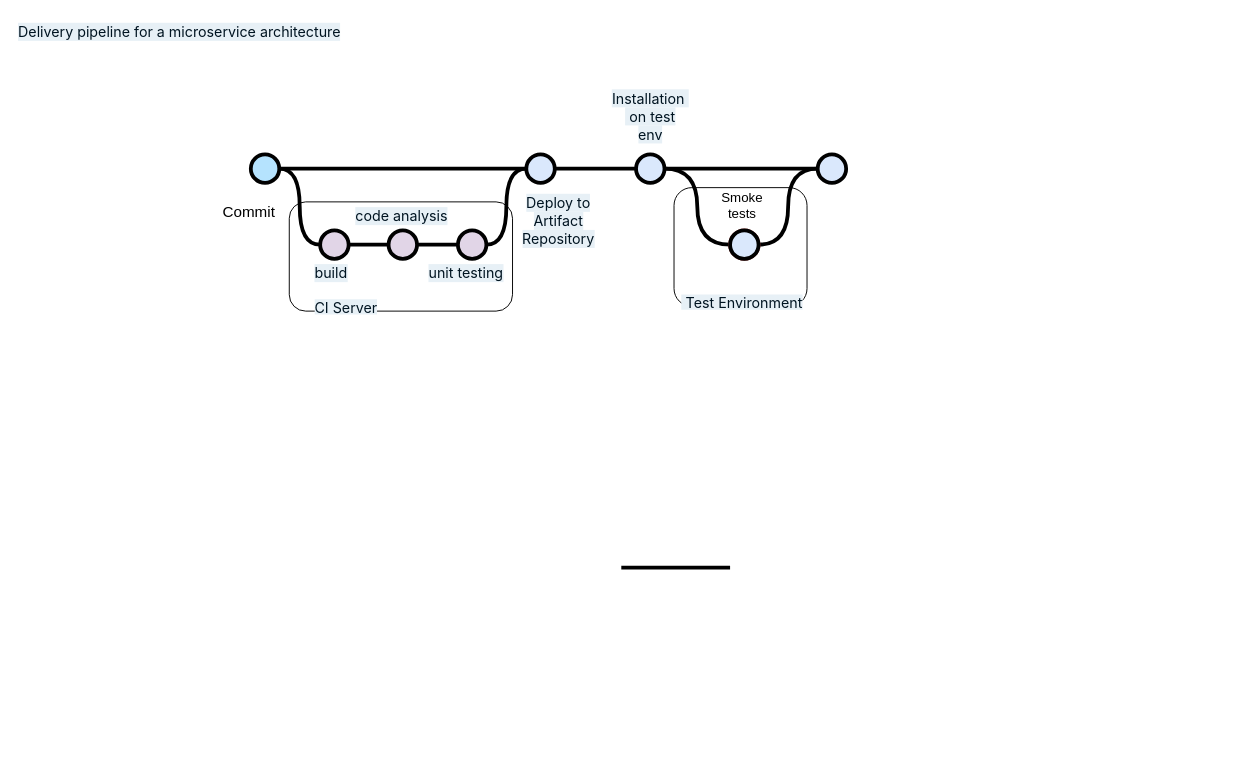
This is DeliveryPipeline.drawio from Szulce/Diagramy, a draw.io file, before an edit. Source tidied: cells renumbered, new cells numbered last; positions are measured from the earlier drawing's top-left corner, leaving out a move shared by most shapes. Both pictures are drawn from the tidied source at 95%, with x=0, y=0 at pixel (16, 16).
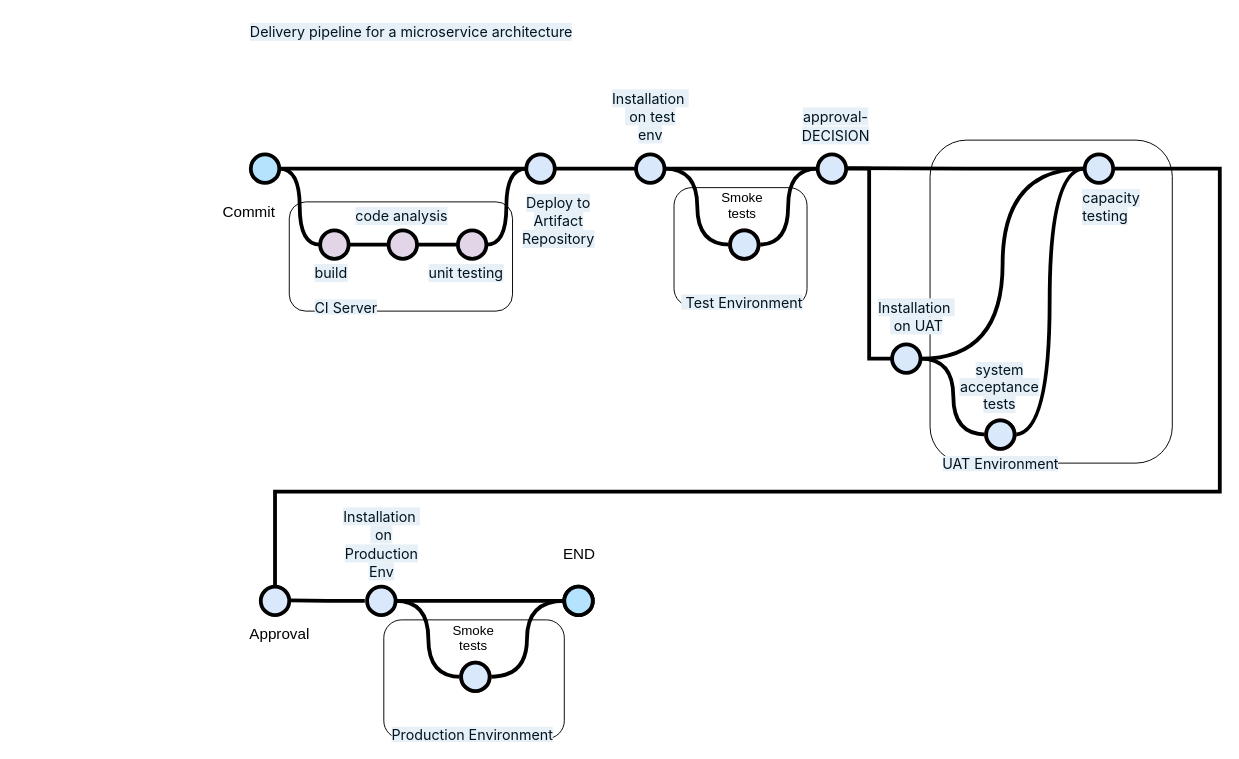
After the change.

Unchanged cells that the change refers to:
```xml
<mxCell id="13" style="verticalLabelPosition=bottom;verticalAlign=top;html=1;strokeWidth=4;shape=mxgraph.flowchart.on-page_reference;plain-blue;gradientColor=none;strokeColor=#000000;" parent="1" vertex="1">
  <mxGeometry x="843.2" y="145" width="30" height="30" as="geometry" />
</mxCell>
```

Change to the diagram source:
```diff
@@
+    <mxCell id="34" style="rounded=1;whiteSpace=wrap;html=1;" parent="1" vertex="1">
+      <mxGeometry x="961.5" y="130" width="255" height="340" as="geometry" />
+    </mxCell>
@@
     <mxCell id="4" value="&lt;span style=&quot;color: rgb(0, 20, 33); font-family: -apple-system, BlinkMacSystemFont, &amp;quot;Segoe UI&amp;quot;, Roboto, &amp;quot;Helvetica Neue&amp;quot;, Arial, &amp;quot;Noto Sans&amp;quot;, &amp;quot;Liberation Sans&amp;quot;, sans-serif, &amp;quot;Apple Color Emoji&amp;quot;, &amp;quot;Segoe UI Emoji&amp;quot;, &amp;quot;Segoe UI Symbol&amp;quot;, &amp;quot;Noto Color Emoji&amp;quot;; font-size: 15px; font-weight: 400; background-color: rgb(231, 240, 246);&quot;&gt;Delivery pipeline for a microservice architecture&lt;/span&gt;" style="text;whiteSpace=wrap;html=1;fontStyle=1;fontSize=17;" parent="1" vertex="1">
-      <mxGeometry x="-0.2" width="542.2" height="30" as="geometry" />
+      <mxGeometry x="244.2" width="542.2" height="30" as="geometry" />
     </mxCell>
@@
-    <mxCell id="14" style="edgeStyle=orthogonalEdgeStyle;rounded=0;html=1;jettySize=auto;orthogonalLoop=1;strokeWidth=4;endArrow=none;endFill=0;" parent="1" edge="1">
+    <mxCell id="14" style="edgeStyle=orthogonalEdgeStyle;rounded=0;html=1;jettySize=auto;orthogonalLoop=1;strokeWidth=4;endArrow=none;endFill=0;entryX=0;entryY=0.5;entryDx=0;entryDy=0;entryPerimeter=0;" parent="1" edge="1">
       <mxGeometry x="204.5" y="180" as="geometry">
-        <mxPoint x="636.5" y="580" as="sourcePoint" />
-        <mxPoint x="751" y="580" as="targetPoint" />
+        <mxPoint x="873.2" y="159.5" as="sourcePoint" />
+        <mxPoint x="1124.3" y="160" as="targetPoint" />
       </mxGeometry>
     </mxCell>
@@
+    <mxCell id="35" value="&lt;span style=&quot;color: rgb(0, 20, 33); font-family: -apple-system, BlinkMacSystemFont, &amp;quot;Segoe UI&amp;quot;, Roboto, &amp;quot;Helvetica Neue&amp;quot;, Arial, &amp;quot;Noto Sans&amp;quot;, &amp;quot;Liberation Sans&amp;quot;, sans-serif, &amp;quot;Apple Color Emoji&amp;quot;, &amp;quot;Segoe UI Emoji&amp;quot;, &amp;quot;Segoe UI Symbol&amp;quot;, &amp;quot;Noto Color Emoji&amp;quot;; font-size: 15px; text-align: left; text-wrap: wrap; background-color: rgb(231, 240, 246);&quot;&gt;approval-DECISION&lt;/span&gt;" style="text;html=1;align=center;verticalAlign=middle;strokeColor=none;fillColor=none;fontSize=16;" parent="1" vertex="1">
+      <mxGeometry x="786.5" y="100" width="150" height="30" as="geometry" />
+    </mxCell>
+    <mxCell id="36" style="edgeStyle=orthogonalEdgeStyle;curved=1;rounded=0;jettySize=auto;html=1;endArrow=none;endFill=0;strokeWidth=4;fontFamily=Courier New;fontSize=16;entryX=0;entryY=0.5;entryDx=0;entryDy=0;entryPerimeter=0;" parent="1" edge="1" source="38" target="39">
+      <mxGeometry relative="1" as="geometry" />
+    </mxCell>
+    <mxCell id="37" style="edgeStyle=orthogonalEdgeStyle;curved=1;rounded=0;jettySize=auto;html=1;endArrow=none;endFill=0;strokeWidth=4;fontFamily=Courier New;fontSize=16;entryX=0;entryY=0.5;entryDx=0;entryDy=0;entryPerimeter=0;" parent="1" edge="1" source="38" target="41">
+      <mxGeometry relative="1" as="geometry" />
+    </mxCell>
+    <mxCell id="38" style="verticalLabelPosition=bottom;verticalAlign=top;html=1;strokeWidth=4;shape=mxgraph.flowchart.on-page_reference;plain-blue;gradientColor=none;strokeColor=#000000;" parent="1" vertex="1">
+      <mxGeometry x="921.5" y="345" width="30" height="30" as="geometry" />
+    </mxCell>
+    <mxCell id="39" style="verticalLabelPosition=bottom;verticalAlign=top;html=1;strokeWidth=4;shape=mxgraph.flowchart.on-page_reference;plain-blue;gradientColor=none;strokeColor=#000000;" parent="1" vertex="1">
+      <mxGeometry x="1124.3" y="145" width="30" height="30" as="geometry" />
+    </mxCell>
+    <mxCell id="40" style="edgeStyle=orthogonalEdgeStyle;curved=1;rounded=0;jettySize=auto;html=1;endArrow=none;endFill=0;strokeWidth=4;fontFamily=Courier New;fontSize=16;entryX=0;entryY=0.5;entryDx=0;entryDy=0;entryPerimeter=0;" parent="1" edge="1" source="41" target="39">
+      <mxGeometry relative="1" as="geometry" />
+    </mxCell>
+    <mxCell id="41" style="verticalLabelPosition=bottom;verticalAlign=top;html=1;strokeWidth=4;shape=mxgraph.flowchart.on-page_reference;plain-blue;gradientColor=#EA6B66;strokeColor=#B85450;fillColor=#F8CECC;" parent="1" vertex="1">
+      <mxGeometry x="1020.5" y="425" width="30" height="30" as="geometry" />
+    </mxCell>
+    <mxCell id="42" value="&lt;div&gt;&lt;span style=&quot;color: rgb(0, 20, 33); font-family: -apple-system, BlinkMacSystemFont, &amp;quot;Segoe UI&amp;quot;, Roboto, &amp;quot;Helvetica Neue&amp;quot;, Arial, &amp;quot;Noto Sans&amp;quot;, &amp;quot;Liberation Sans&amp;quot;, sans-serif, &amp;quot;Apple Color Emoji&amp;quot;, &amp;quot;Segoe UI Emoji&amp;quot;, &amp;quot;Segoe UI Symbol&amp;quot;, &amp;quot;Noto Color Emoji&amp;quot;; font-size: 15px; text-align: left; background-color: rgb(231, 240, 246);&quot;&gt;system acceptance tests&lt;/span&gt;&lt;br&gt;&lt;/div&gt;" style="text;html=1;strokeColor=none;fillColor=none;align=center;verticalAlign=middle;whiteSpace=wrap;overflow=hidden;fontSize=14;" parent="1" vertex="1">
+      <mxGeometry x="981.4" y="360" width="108.2" height="60" as="geometry" />
+    </mxCell>
+    <mxCell id="43" value="&lt;span style=&quot;color: rgb(0, 20, 33); font-family: -apple-system, BlinkMacSystemFont, &amp;quot;Segoe UI&amp;quot;, Roboto, &amp;quot;Helvetica Neue&amp;quot;, Arial, &amp;quot;Noto Sans&amp;quot;, &amp;quot;Liberation Sans&amp;quot;, sans-serif, &amp;quot;Apple Color Emoji&amp;quot;, &amp;quot;Segoe UI Emoji&amp;quot;, &amp;quot;Segoe UI Symbol&amp;quot;, &amp;quot;Noto Color Emoji&amp;quot;; font-size: 15px; font-weight: 400; text-align: left; background-color: rgb(231, 240, 246);&quot;&gt;UAT Environment&lt;/span&gt;" style="text;html=1;strokeColor=none;fillColor=none;align=center;verticalAlign=middle;whiteSpace=wrap;overflow=hidden;fontSize=14;fontStyle=1;fontFamily=Courier New;" parent="1" vertex="1">
+      <mxGeometry x="946.8" y="460" width="177.5" height="20" as="geometry" />
+    </mxCell>
+    <mxCell id="44" style="verticalLabelPosition=bottom;verticalAlign=top;html=1;strokeWidth=4;shape=mxgraph.flowchart.on-page_reference;plain-blue;gradientColor=none;strokeColor=#000000;" parent="1" vertex="1">
+      <mxGeometry x="1020.5" y="425" width="30" height="30" as="geometry" />
+    </mxCell>
+    <mxCell id="45" value="&lt;span style=&quot;color: rgb(0, 20, 33); font-family: -apple-system, BlinkMacSystemFont, &amp;quot;Segoe UI&amp;quot;, Roboto, &amp;quot;Helvetica Neue&amp;quot;, Arial, &amp;quot;Noto Sans&amp;quot;, &amp;quot;Liberation Sans&amp;quot;, sans-serif, &amp;quot;Apple Color Emoji&amp;quot;, &amp;quot;Segoe UI Emoji&amp;quot;, &amp;quot;Segoe UI Symbol&amp;quot;, &amp;quot;Noto Color Emoji&amp;quot;; font-size: 15px; text-align: left; text-wrap: wrap; background-color: rgb(231, 240, 246);&quot;&gt;Installation&amp;nbsp;&lt;/span&gt;&lt;div&gt;&lt;span style=&quot;color: rgb(0, 20, 33); font-family: -apple-system, BlinkMacSystemFont, &amp;quot;Segoe UI&amp;quot;, Roboto, &amp;quot;Helvetica Neue&amp;quot;, Arial, &amp;quot;Noto Sans&amp;quot;, &amp;quot;Liberation Sans&amp;quot;, sans-serif, &amp;quot;Apple Color Emoji&amp;quot;, &amp;quot;Segoe UI Emoji&amp;quot;, &amp;quot;Segoe UI Symbol&amp;quot;, &amp;quot;Noto Color Emoji&amp;quot;; font-size: 15px; text-align: left; text-wrap: wrap; background-color: rgb(231, 240, 246);&quot;&gt;&amp;nbsp;on UAT&lt;/span&gt;&lt;/div&gt;&lt;div&gt;&lt;span style=&quot;color: rgb(0, 20, 33); font-family: -apple-system, BlinkMacSystemFont, &amp;quot;Segoe UI&amp;quot;, Roboto, &amp;quot;Helvetica Neue&amp;quot;, Arial, &amp;quot;Noto Sans&amp;quot;, &amp;quot;Liberation Sans&amp;quot;, sans-serif, &amp;quot;Apple Color Emoji&amp;quot;, &amp;quot;Segoe UI Emoji&amp;quot;, &amp;quot;Segoe UI Symbol&amp;quot;, &amp;quot;Noto Color Emoji&amp;quot;; font-size: 15px; text-align: left; text-wrap: wrap; background-color: rgb(231, 240, 246);&quot;&gt;&lt;br&gt;&lt;/span&gt;&lt;/div&gt;" style="text;html=1;align=center;verticalAlign=middle;strokeColor=none;fillColor=none;fontSize=16;" parent="1" vertex="1">
+      <mxGeometry x="896.5" y="290" width="100" height="70" as="geometry" />
+    </mxCell>
+    <mxCell id="46" value="&lt;div style=&quot;text-align: left;&quot;&gt;&lt;font face=&quot;-apple-system, BlinkMacSystemFont, Segoe UI, Roboto, Helvetica Neue, Arial, Noto Sans, Liberation Sans, sans-serif, Apple Color Emoji, Segoe UI Emoji, Segoe UI Symbol, Noto Color Emoji&quot; color=&quot;#001421&quot;&gt;&lt;span style=&quot;font-size: 15px; text-wrap: wrap; background-color: rgb(231, 240, 246);&quot;&gt;capacity testing&lt;/span&gt;&lt;/font&gt;&lt;/div&gt;&lt;div style=&quot;text-align: left;&quot;&gt;&lt;font face=&quot;-apple-system, BlinkMacSystemFont, Segoe UI, Roboto, Helvetica Neue, Arial, Noto Sans, Liberation Sans, sans-serif, Apple Color Emoji, Segoe UI Emoji, Segoe UI Symbol, Noto Color Emoji&quot; color=&quot;#001421&quot;&gt;&lt;span style=&quot;font-size: 15px; text-wrap: wrap; background-color: rgb(231, 240, 246);&quot;&gt;&lt;br&gt;&lt;/span&gt;&lt;/font&gt;&lt;/div&gt;" style="text;html=1;align=center;verticalAlign=middle;strokeColor=none;fillColor=none;fontSize=16;" parent="1" vertex="1">
+      <mxGeometry x="1086.5" y="185" width="130" height="50" as="geometry" />
+    </mxCell>
+    <mxCell id="47" style="edgeStyle=orthogonalEdgeStyle;rounded=0;html=1;jettySize=auto;strokeWidth=4;endArrow=none;endFill=0;entryX=0;entryY=0.5;entryDx=0;entryDy=0;entryPerimeter=0;" parent="1" edge="1" source="13" target="38">
+      <mxGeometry x="204.5" y="180" as="geometry" />
+    </mxCell>
+    <mxCell id="48" style="verticalLabelPosition=bottom;verticalAlign=top;html=1;strokeWidth=4;shape=mxgraph.flowchart.on-page_reference;plain-blue;gradientColor=none;strokeColor=#000000;" parent="1" vertex="1">
+      <mxGeometry x="257" y="600" width="30" height="30" as="geometry" />
+    </mxCell>
+    <mxCell id="49" style="edgeStyle=orthogonalEdgeStyle;rounded=0;html=1;jettySize=auto;strokeWidth=4;endArrow=none;endFill=0;entryX=0.5;entryY=0;entryDx=0;entryDy=0;entryPerimeter=0;exitX=1;exitY=0.5;exitDx=0;exitDy=0;exitPerimeter=0;" parent="1" edge="1" source="39" target="48">
+      <mxGeometry x="204.5" y="180" as="geometry">
+        <Array as="points">
+          <mxPoint x="1266.5" y="160" />
+          <mxPoint x="1266.5" y="500" />
+          <mxPoint x="272.5" y="500" />
+        </Array>
+      </mxGeometry>
+    </mxCell>
+    <mxCell id="50" value="Approval" style="text;html=1;align=center;verticalAlign=middle;whiteSpace=wrap;rounded=0;fontSize=16;" parent="1" vertex="1">
+      <mxGeometry x="226.5" y="635" width="100" height="30" as="geometry" />
+    </mxCell>
+    <mxCell id="51" style="edgeStyle=orthogonalEdgeStyle;rounded=0;html=1;jettySize=auto;orthogonalLoop=1;plain-blue;endArrow=none;endFill=0;strokeWidth=4;strokeColor=#000000;" parent="1" edge="1">
+      <mxGeometry x="304.5" y="180" as="geometry">
+        <mxPoint x="287" y="614.5" as="sourcePoint" />
+        <mxPoint x="366.5" y="615" as="targetPoint" />
+      </mxGeometry>
+    </mxCell>
+    <mxCell id="52" style="rounded=1;whiteSpace=wrap;html=1;" parent="1" vertex="1">
+      <mxGeometry x="386.5" y="635" width="190" height="125" as="geometry" />
+    </mxCell>
+    <mxCell id="53" style="edgeStyle=orthogonalEdgeStyle;curved=1;rounded=0;jettySize=auto;html=1;endArrow=none;endFill=0;strokeWidth=4;fontFamily=Courier New;fontSize=16;entryX=0;entryY=0.5;entryDx=0;entryDy=0;entryPerimeter=0;" parent="1" edge="1" source="55" target="56">
+      <mxGeometry relative="1" as="geometry" />
+    </mxCell>
+    <mxCell id="54" style="edgeStyle=orthogonalEdgeStyle;curved=1;rounded=0;jettySize=auto;html=1;endArrow=none;endFill=0;strokeWidth=4;fontFamily=Courier New;fontSize=16;entryX=0;entryY=0.5;entryDx=0;entryDy=0;entryPerimeter=0;" parent="1" edge="1" source="55" target="58">
+      <mxGeometry relative="1" as="geometry" />
+    </mxCell>
+    <mxCell id="55" style="verticalLabelPosition=bottom;verticalAlign=top;html=1;strokeWidth=4;shape=mxgraph.flowchart.on-page_reference;plain-blue;gradientColor=none;strokeColor=#000000;" parent="1" vertex="1">
+      <mxGeometry x="368.9" y="600" width="30" height="30" as="geometry" />
+    </mxCell>
+    <mxCell id="56" style="verticalLabelPosition=bottom;verticalAlign=top;html=1;strokeWidth=4;shape=mxgraph.flowchart.on-page_reference;plain-blue;gradientColor=none;strokeColor=#000000;" parent="1" vertex="1">
+      <mxGeometry x="576.5" y="600" width="30" height="30" as="geometry" />
+    </mxCell>
+    <mxCell id="57" style="edgeStyle=orthogonalEdgeStyle;curved=1;rounded=0;jettySize=auto;html=1;endArrow=none;endFill=0;strokeWidth=4;fontFamily=Courier New;fontSize=16;entryX=0;entryY=0.5;entryDx=0;entryDy=0;entryPerimeter=0;" parent="1" edge="1" source="58" target="56">
+      <mxGeometry relative="1" as="geometry" />
+    </mxCell>
+    <mxCell id="58" style="verticalLabelPosition=bottom;verticalAlign=top;html=1;strokeWidth=4;shape=mxgraph.flowchart.on-page_reference;plain-blue;gradientColor=#EA6B66;strokeColor=#B85450;fillColor=#F8CECC;" parent="1" vertex="1">
+      <mxGeometry x="467.9" y="680" width="30" height="30" as="geometry" />
+    </mxCell>
+    <mxCell id="59" value="Smoke tests&lt;div&gt;&lt;br&gt;&lt;/div&gt;" style="text;html=1;strokeColor=none;fillColor=none;align=center;verticalAlign=middle;whiteSpace=wrap;overflow=hidden;fontSize=14;" parent="1" vertex="1">
+      <mxGeometry x="445.6" y="635" width="70" height="40" as="geometry" />
+    </mxCell>
+    <mxCell id="60" value="&lt;span style=&quot;color: rgb(0, 20, 33); font-family: -apple-system, BlinkMacSystemFont, &amp;quot;Segoe UI&amp;quot;, Roboto, &amp;quot;Helvetica Neue&amp;quot;, Arial, &amp;quot;Noto Sans&amp;quot;, &amp;quot;Liberation Sans&amp;quot;, sans-serif, &amp;quot;Apple Color Emoji&amp;quot;, &amp;quot;Segoe UI Emoji&amp;quot;, &amp;quot;Segoe UI Symbol&amp;quot;, &amp;quot;Noto Color Emoji&amp;quot;; font-size: 15px; font-weight: 400; text-align: left; background-color: rgb(231, 240, 246);&quot;&gt;Production Environment&lt;/span&gt;" style="text;html=1;strokeColor=none;fillColor=none;align=center;verticalAlign=middle;whiteSpace=wrap;overflow=hidden;fontSize=14;fontStyle=1;fontFamily=Courier New;" parent="1" vertex="1">
+      <mxGeometry x="391.4" y="745" width="177.5" height="20" as="geometry" />
+    </mxCell>
+    <mxCell id="61" style="verticalLabelPosition=bottom;verticalAlign=top;html=1;strokeWidth=4;shape=mxgraph.flowchart.on-page_reference;plain-blue;gradientColor=none;strokeColor=#000000;" parent="1" vertex="1">
+      <mxGeometry x="467.9" y="680" width="30" height="30" as="geometry" />
+    </mxCell>
+    <mxCell id="62" value="&lt;span style=&quot;color: rgb(0, 20, 33); font-family: -apple-system, BlinkMacSystemFont, &amp;quot;Segoe UI&amp;quot;, Roboto, &amp;quot;Helvetica Neue&amp;quot;, Arial, &amp;quot;Noto Sans&amp;quot;, &amp;quot;Liberation Sans&amp;quot;, sans-serif, &amp;quot;Apple Color Emoji&amp;quot;, &amp;quot;Segoe UI Emoji&amp;quot;, &amp;quot;Segoe UI Symbol&amp;quot;, &amp;quot;Noto Color Emoji&amp;quot;; font-size: 15px; text-align: left; text-wrap: wrap; background-color: rgb(231, 240, 246);&quot;&gt;Installation&amp;nbsp;&lt;/span&gt;&lt;div&gt;&lt;span style=&quot;color: rgb(0, 20, 33); font-family: -apple-system, BlinkMacSystemFont, &amp;quot;Segoe UI&amp;quot;, Roboto, &amp;quot;Helvetica Neue&amp;quot;, Arial, &amp;quot;Noto Sans&amp;quot;, &amp;quot;Liberation Sans&amp;quot;, sans-serif, &amp;quot;Apple Color Emoji&amp;quot;, &amp;quot;Segoe UI Emoji&amp;quot;, &amp;quot;Segoe UI Symbol&amp;quot;, &amp;quot;Noto Color Emoji&amp;quot;; font-size: 15px; text-align: left; text-wrap: wrap; background-color: rgb(231, 240, 246);&quot;&gt;&amp;nbsp;on Production Env&lt;/span&gt;&lt;/div&gt;" style="text;html=1;align=center;verticalAlign=middle;strokeColor=none;fillColor=none;fontSize=16;" parent="1" vertex="1">
+      <mxGeometry x="308.9" y="530" width="150" height="50" as="geometry" />
+    </mxCell>
+    <mxCell id="63" style="verticalLabelPosition=bottom;verticalAlign=top;html=1;strokeWidth=4;shape=mxgraph.flowchart.on-page_reference;plain-blue;gradientColor=none;fillColor=#B5E3Fe;strokeColor=#000000;" parent="1" vertex="1">
+      <mxGeometry x="576.5" y="600" width="30" height="30" as="geometry" />
+    </mxCell>
+    <mxCell id="64" value="END" style="text;html=1;align=center;verticalAlign=middle;strokeColor=none;fillColor=none;fontSize=16;" parent="1" vertex="1">
+      <mxGeometry x="561.5" y="550" width="60" height="30" as="geometry" />
+    </mxCell>
```
